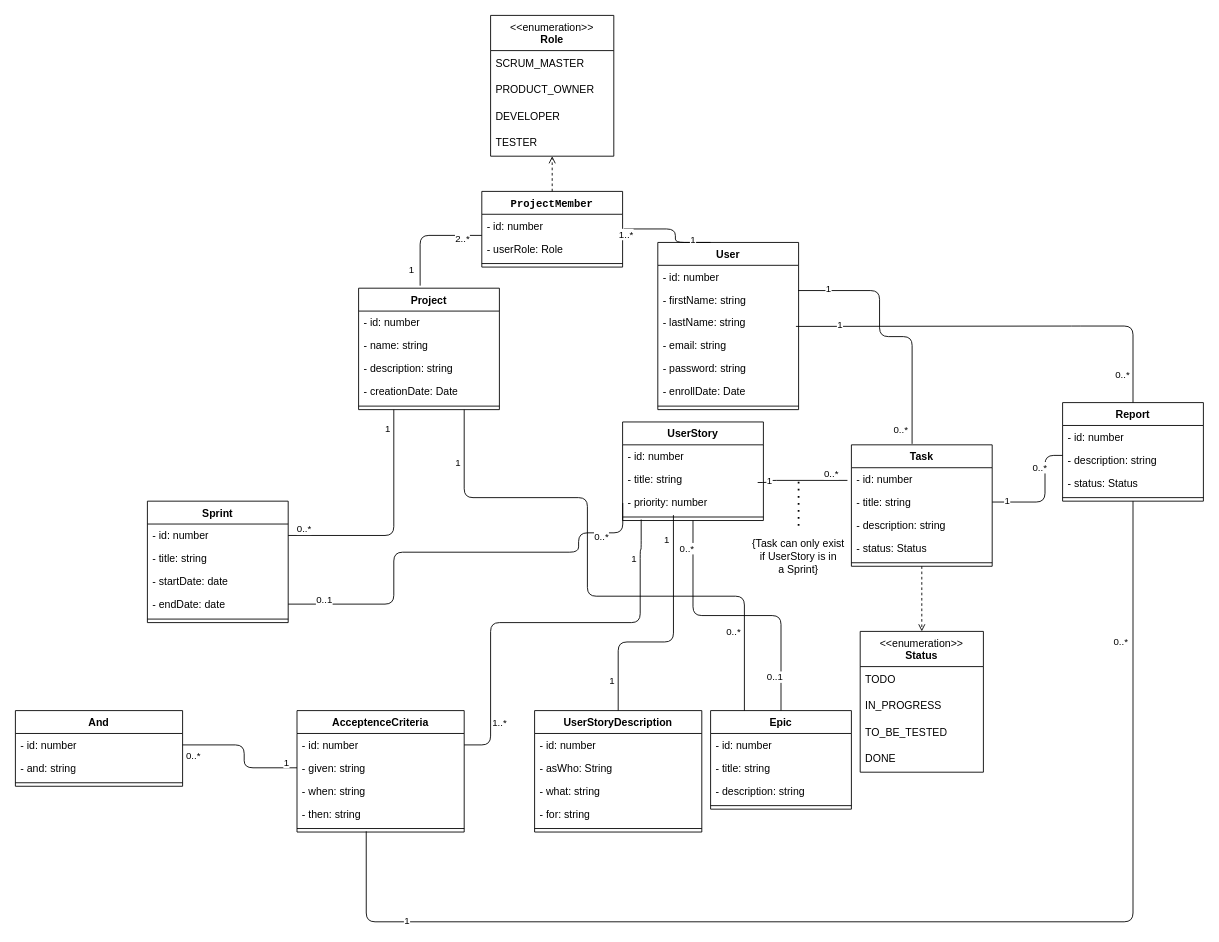
Earlier version of the draw.io diagram docs/classDiag.drawio (tawfiqAK17/SprintFlow). Source tidied: cells renumbered, new cells numbered last; positions are measured from the earlier drawing's top-left corner, leaving out a move shared by most shapes. Both pictures are drawn from the tidied source at 88%, with x=0, y=0 at pixel (15, 15).
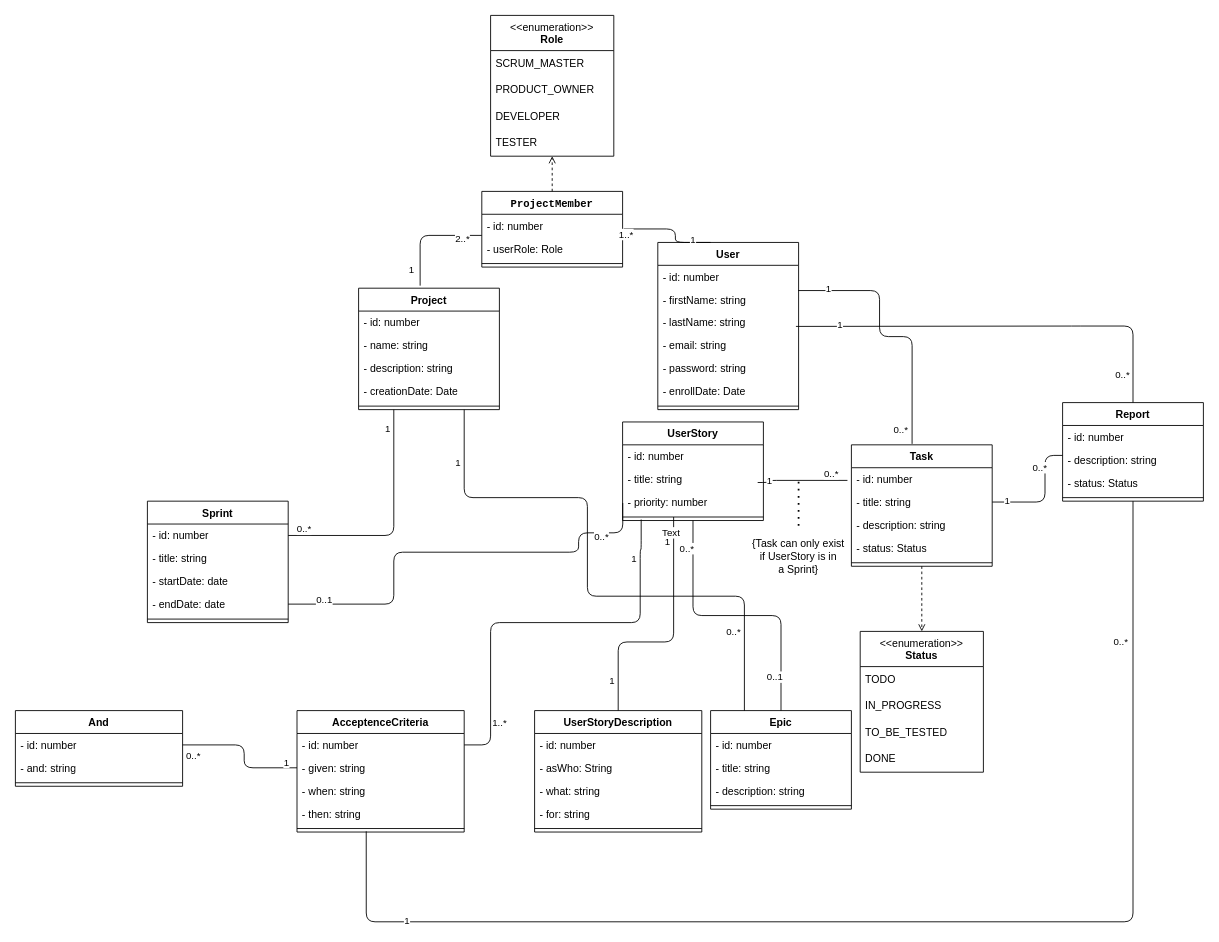
The same page after the edit.

The change refers to these unchanged cells:
```xml
<mxCell id="25" style="line;strokeWidth=1;fillColor=none;align=left;verticalAlign=middle;spacingTop=-1;spacingLeft=3;spacingRight=3;labelPosition=right;points=[];portConstraint=eastwest;strokeColor=inherit;" parent="21" vertex="1">
  <mxGeometry y="104" width="160" height="8" as="geometry" />
</mxCell>
<mxCell id="81" value="UserStoryDescription" style="swimlane;fontStyle=1;align=center;verticalAlign=top;horizontal=1;startSize=26;whiteSpace=wrap;html=1;" parent="1" vertex="1">
  <mxGeometry x="590" y="790" width="190" height="138" as="geometry" />
</mxCell>
```

The edit, as a diff of the source:
```diff
@@
-    <mxCell id="87" style="endArrow=none;html=1;endSize=12;startArrow=none;startSize=14;startFill=0;edgeStyle=orthogonalEdgeStyle;entryX=0.361;entryY=0.233;entryDx=0;entryDy=0;exitX=0.5;exitY=0;exitDx=0;exitDy=0;entryPerimeter=0;" parent="1" edge="1" source="81" target="25">
+    <mxCell id="87" style="endArrow=none;html=1;endSize=12;startArrow=none;startSize=14;startFill=0;edgeStyle=orthogonalEdgeStyle;exitX=0.5;exitY=0;exitDx=0;exitDy=0;" parent="1" edge="1" source="81">
       <mxGeometry relative="1" as="geometry">
+        <mxPoint x="748" y="570" as="targetPoint" />
         <Array as="points">
           <mxPoint x="685" y="712" />
           <mxPoint x="748" y="712" />
         </Array>
       </mxGeometry>
     </mxCell>
@@
+    <mxCell id="119" value="Text" style="edgeLabel;html=1;align=center;verticalAlign=middle;" parent="87" vertex="1">
+      <mxGeometry x="0.88" y="4" relative="1" as="geometry" />
+    </mxCell>
```
